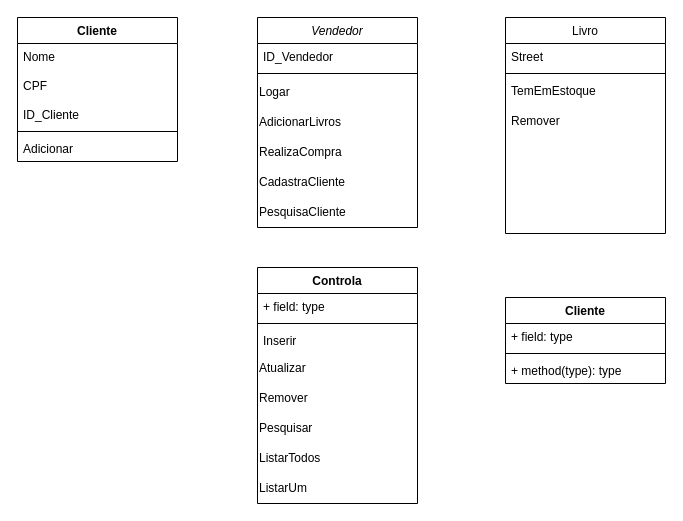
Above: Documentação/UML_Primeira_Parte.drawio in AlecrimLunar/Banco-de-dados-Livraria (draw.io), before the change. Source tidied: cells renumbered, new cells numbered last; positions are measured from the earlier drawing's top-left corner, leaving out a move shared by most shapes. Both pictures are drawn from the tidied source at 100%, with x=0, y=0 at pixel (17, 17).
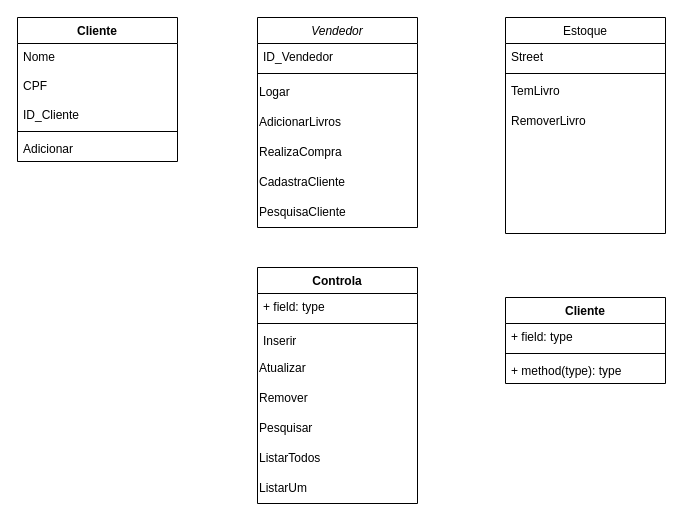
The same page after the edit.

Change to the diagram source:
```diff
@@
-    <mxCell id="10" value="Livro" style="swimlane;fontStyle=0;align=center;verticalAlign=top;horizontal=1;startSize=26;rounded=0;shadow=0;strokeWidth=1;" parent="1" vertex="1">
+    <mxCell id="10" value="Estoque" style="swimlane;fontStyle=0;align=center;verticalAlign=top;horizontal=1;startSize=26;rounded=0;shadow=0;strokeWidth=1;" parent="1" vertex="1">
       <mxGeometry x="488" width="160" height="216" as="geometry" />
     </mxCell>
@@
-    <mxCell id="13" value="TemEmEstoque" style="text;align=left;verticalAlign=top;spacingLeft=4;spacingRight=4;overflow=hidden;" parent="10" vertex="1">
+    <mxCell id="13" value="TemLivro" style="text;align=left;verticalAlign=top;spacingLeft=4;spacingRight=4;overflow=hidden;" parent="10" vertex="1">
       <mxGeometry y="60" width="160" height="30" as="geometry" />
     </mxCell>
-    <mxCell id="14" value="Remover" style="text;align=left;verticalAlign=top;spacingLeft=4;spacingRight=4;overflow=hidden;" parent="10" vertex="1">
+    <mxCell id="14" value="RemoverLivro" style="text;align=left;verticalAlign=top;spacingLeft=4;spacingRight=4;overflow=hidden;" parent="10" vertex="1">
       <mxGeometry y="90" width="160" height="30" as="geometry" />
     </mxCell>
```
